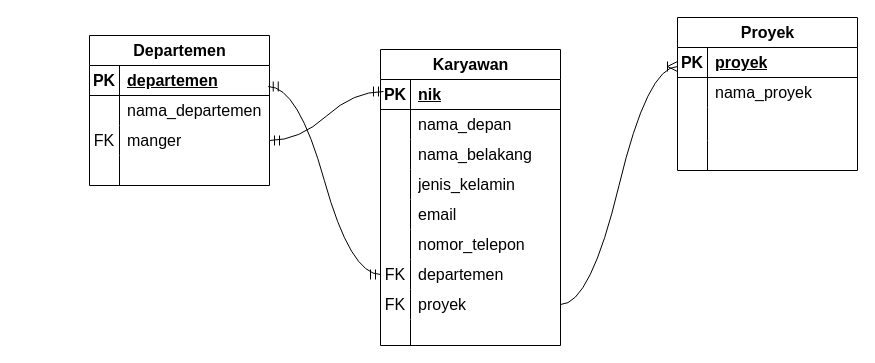
Earlier version of the draw.io diagram page "karyawan_schema" (1 of 2) of karyawan_schema.drawio.xml (DaniMunandar/Non-Graded-Challenges-13). Source tidied: cells renumbered, new cells numbered last; positions are measured from the earlier drawing's top-left corner, leaving out a move shared by most shapes. Both pictures are drawn from the tidied source at 100%, with x=0, y=0 at pixel (89, 17).
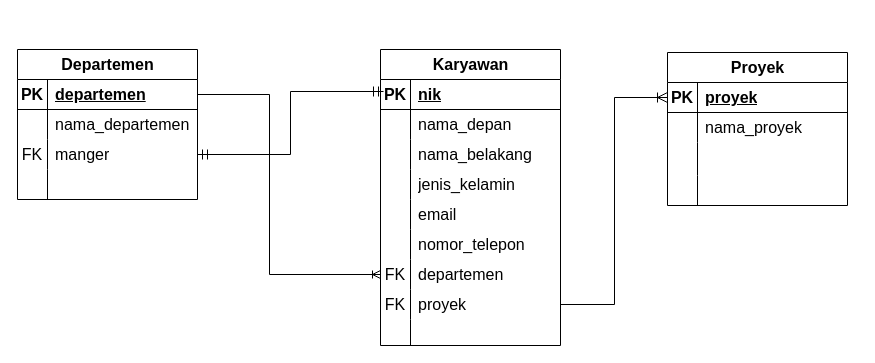
Above is the later version.

Commit message (it also covers changes not shown here):
update karyawan schema

The change refers to these unchanged cells:
```xml
<mxCell id="21" style="shape=tableRow;horizontal=0;startSize=0;swimlaneHead=0;swimlaneBody=0;fillColor=none;points=[[0,0.5],[1,0.5]];portConstraint=eastwest;top=0;left=0;right=0;bottom=0;fontSize=16;" parent="2" vertex="1">
  <mxGeometry y="210" width="180" height="30" as="geometry" />
</mxCell>
<mxCell id="24" style="shape=tableRow;horizontal=0;startSize=0;swimlaneHead=0;swimlaneBody=0;fillColor=none;points=[[0,0.5],[1,0.5]];portConstraint=eastwest;top=0;left=0;right=0;bottom=0;fontSize=16;" parent="2" vertex="1">
  <mxGeometry y="240" width="180" height="30" as="geometry" />
</mxCell>
<mxCell id="31" style="shape=tableRow;horizontal=0;startSize=0;swimlaneHead=0;swimlaneBody=0;fillColor=none;points=[[0,0.5],[1,0.5]];portConstraint=eastwest;top=0;left=0;right=0;bottom=1;fontSize=16;" parent="30" vertex="1">
  <mxGeometry y="30" width="180" height="30" as="geometry" />
</mxCell>
<mxCell id="37" style="shape=tableRow;horizontal=0;startSize=0;swimlaneHead=0;swimlaneBody=0;fillColor=none;points=[[0,0.5],[1,0.5]];portConstraint=eastwest;top=0;left=0;right=0;bottom=0;fontSize=16;" parent="30" vertex="1">
  <mxGeometry y="90" width="180" height="30" as="geometry" />
</mxCell>
<mxCell id="44" style="shape=tableRow;horizontal=0;startSize=0;swimlaneHead=0;swimlaneBody=0;fillColor=none;points=[[0,0.5],[1,0.5]];portConstraint=eastwest;top=0;left=0;right=0;bottom=1;fontSize=16;" parent="43" vertex="1">
  <mxGeometry y="30" width="180" height="30" as="geometry" />
</mxCell>
```

Diff of the diagram source:
```diff
@@
     <mxCell id="30" value="Departemen" style="shape=table;startSize=30;childLayout=tableLayout;rowLines=0;fontStyle=1;align=center;html=1;fontSize=16;" parent="1" vertex="1">
-      <mxGeometry y="18" width="180" height="150" as="geometry" />
+      <mxGeometry x="-72" y="32" width="180" height="150" as="geometry" />
     </mxCell>
@@
     <mxCell id="43" value="Proyek" style="shape=table;startSize=30;childLayout=tableLayout;rowLines=0;fontStyle=1;align=center;html=1;fontSize=16;" parent="1" vertex="1">
-      <mxGeometry x="588" width="180" height="153" as="geometry" />
+      <mxGeometry x="578" y="35" width="180" height="153" as="geometry" />
     </mxCell>
@@
-    <mxCell id="56" style="edgeStyle=entityRelationEdgeStyle;fontSize=12;html=1;endArrow=ERoneToMany;rounded=0;startSize=8;endSize=8;curved=1;entryX=0;entryY=0.5;entryDx=0;entryDy=0;exitX=1;exitY=0.5;exitDx=0;exitDy=0;" parent="1" edge="1" source="24">
-      <mxGeometry relative="1" as="geometry">
-        <mxPoint x="588" y="49" as="targetPoint" />
-        <Array as="points">
-          <mxPoint x="597" y="209" />
-          <mxPoint x="524" y="163" />
-          <mxPoint x="556" y="47" />
-          <mxPoint x="525" y="199" />
-          <mxPoint x="674" y="339" />
-          <mxPoint x="665" y="334" />
-        </Array>
-      </mxGeometry>
+    <mxCell id="56" style="edgeStyle=elbowEdgeStyle;fontSize=12;html=1;endArrow=ERoneToMany;rounded=0;startSize=8;endSize=8;exitX=1;exitY=0.5;exitDx=0;exitDy=0;" parent="1" edge="1" source="24" target="44">
+      <mxGeometry relative="1" as="geometry" />
     </mxCell>
-    <mxCell id="57" style="edgeStyle=entityRelationEdgeStyle;fontSize=12;html=1;endArrow=ERmandOne;startArrow=ERmandOne;rounded=0;startSize=8;endSize=8;curved=1;" parent="1" edge="1" source="37">
+    <mxCell id="57" style="edgeStyle=elbowEdgeStyle;fontSize=12;html=1;endArrow=ERmandOne;startArrow=ERmandOne;rounded=0;startSize=8;endSize=8;" parent="1" edge="1" source="37">
       <mxGeometry relative="1" as="geometry">
         <mxPoint x="294" y="74" as="targetPoint" />
       </mxGeometry>
     </mxCell>
-    <mxCell id="58" style="edgeStyle=entityRelationEdgeStyle;fontSize=12;html=1;endArrow=ERmandOne;startArrow=ERmandOne;rounded=0;startSize=8;endSize=8;curved=1;exitX=0.993;exitY=0.7;exitDx=0;exitDy=0;exitPerimeter=0;" parent="1" edge="1" source="31" target="21">
+    <mxCell id="58" style="edgeStyle=elbowEdgeStyle;fontSize=12;html=1;endArrow=ERoneToMany;rounded=0;" parent="1" edge="1" source="31" target="21">
       <mxGeometry relative="1" as="geometry">
         <Array as="points">
-          <mxPoint x="21" y="296" />
+          <mxPoint x="180" y="169" />
         </Array>
       </mxGeometry>
     </mxCell>
```
